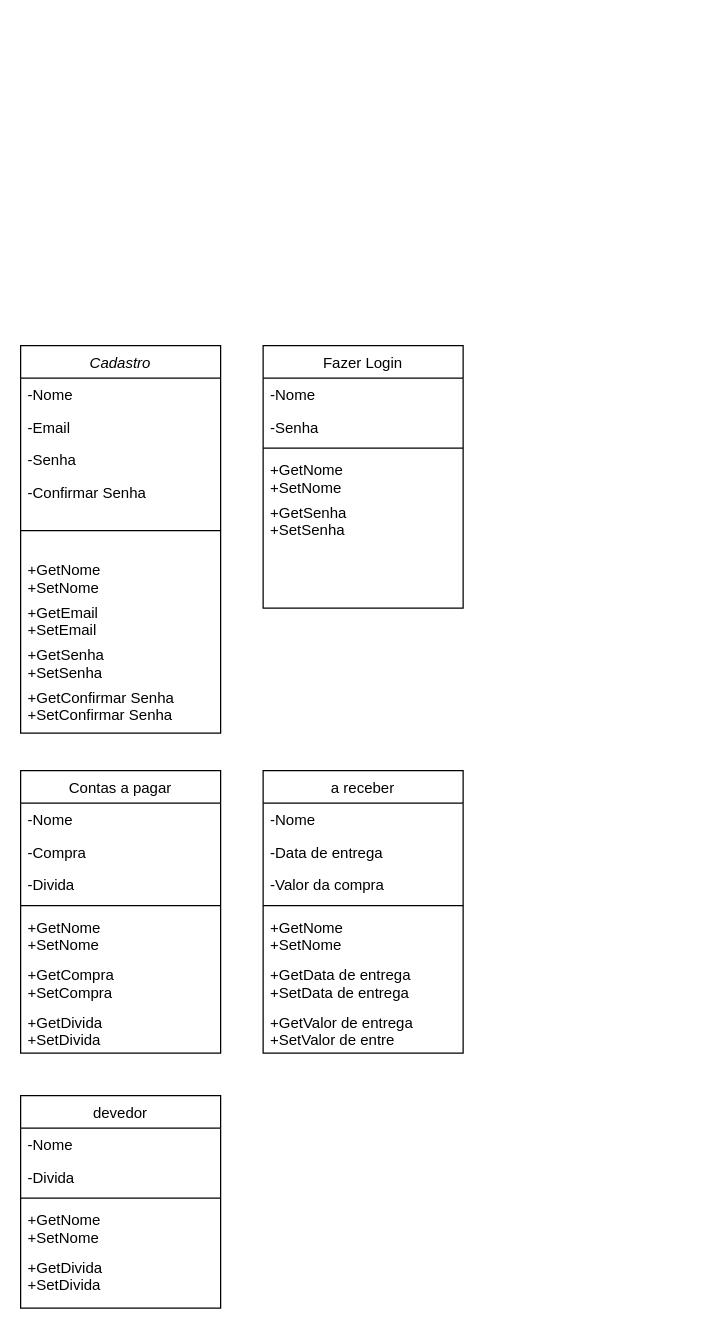
Earlier version of the draw.io diagram Doc/classes.drawio (AmabilyCarvalho/Equipe5). Source tidied: cells renumbered, new cells numbered last; positions are measured from the earlier drawing's top-left corner, leaving out a move shared by most shapes. Both pictures are drawn from the tidied source at 125%, with x=0, y=0 at pixel (20, 345).
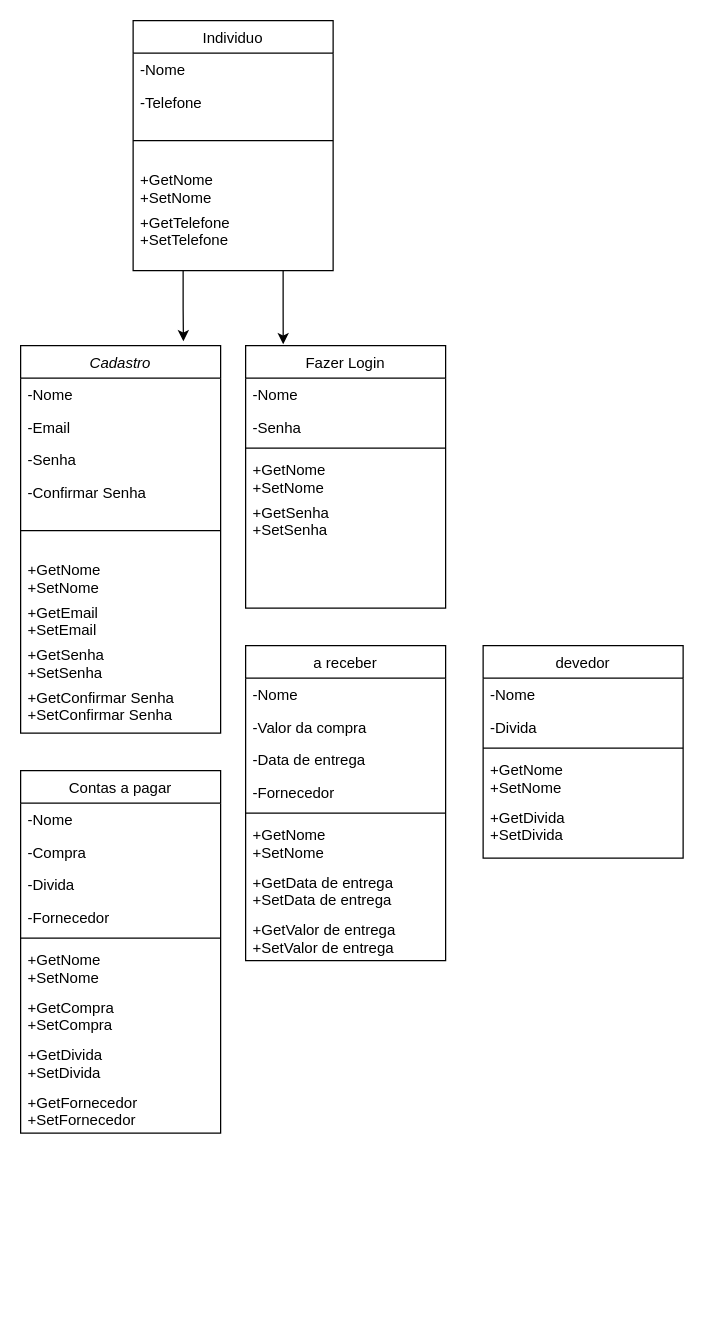
The same page after the edit.

The change refers to these unchanged cells:
```xml
<mxCell id="2" value="Cadastro" style="swimlane;fontStyle=2;align=center;verticalAlign=top;horizontal=1;startSize=26;rounded=0;shadow=0;strokeWidth=1;" parent="1" vertex="1">
  <mxGeometry width="160" height="310" as="geometry" />
</mxCell>
```

The edit, as a diff of the source:
```diff
@@
     <mxCell id="12" value="Contas a pagar" style="swimlane;fontStyle=0;align=center;verticalAlign=top;horizontal=1;startSize=26;rounded=0;shadow=0;strokeWidth=1;" parent="1" vertex="1">
-      <mxGeometry y="340" width="160" height="226" as="geometry" />
+      <mxGeometry y="340" width="160" height="290" as="geometry" />
     </mxCell>
@@
+    <mxCell id="40" value="-Fornecedor" style="text;align=left;verticalAlign=top;spacingLeft=4;spacingRight=4;overflow=hidden;" parent="12" vertex="1">
+      <mxGeometry y="104" width="160" height="26" as="geometry" />
+    </mxCell>
     <mxCell id="16" style="line;html=1;strokeWidth=1;align=left;verticalAlign=middle;spacingTop=-1;spacingLeft=3;spacingRight=3;labelPosition=right;" parent="12" vertex="1">
-      <mxGeometry y="104" width="160" height="8" as="geometry" />
+      <mxGeometry y="130" width="160" height="8" as="geometry" />
     </mxCell>
     <mxCell id="17" value="+GetNome&#10;+SetNome" style="text;align=left;verticalAlign=top;spacingLeft=4;spacingRight=4;overflow=hidden;fontStyle=0;" parent="12" vertex="1">
-      <mxGeometry y="112" width="160" height="38" as="geometry" />
+      <mxGeometry y="138" width="160" height="38" as="geometry" />
     </mxCell>
     <mxCell id="18" value="+GetCompra&#10;+SetCompra" style="text;align=left;verticalAlign=top;spacingLeft=4;spacingRight=4;overflow=hidden;fontStyle=0;" parent="12" vertex="1">
-      <mxGeometry y="150" width="160" height="38" as="geometry" />
+      <mxGeometry y="176" width="160" height="38" as="geometry" />
     </mxCell>
     <mxCell id="19" value="+GetDivida&#10;+SetDivida" style="text;align=left;verticalAlign=top;spacingLeft=4;spacingRight=4;overflow=hidden;fontStyle=0;" parent="12" vertex="1">
-      <mxGeometry y="188" width="160" height="38" as="geometry" />
+      <mxGeometry y="214" width="160" height="38" as="geometry" />
     </mxCell>
+    <mxCell id="41" value="+GetFornecedor&#10;+SetFornecedor" style="text;align=left;verticalAlign=top;spacingLeft=4;spacingRight=4;overflow=hidden;fontStyle=0;" parent="12" vertex="1">
+      <mxGeometry y="252" width="160" height="38" as="geometry" />
+    </mxCell>
     <mxCell id="20" value="Fazer Login" style="swimlane;fontStyle=0;align=center;verticalAlign=top;horizontal=1;startSize=26;rounded=0;shadow=0;strokeWidth=1;" parent="1" vertex="1">
-      <mxGeometry x="194" width="160" height="210" as="geometry" />
+      <mxGeometry x="180" width="160" height="210" as="geometry" />
     </mxCell>
@@
     <mxCell id="26" value="a receber" style="swimlane;fontStyle=0;align=center;verticalAlign=top;horizontal=1;startSize=26;rounded=0;shadow=0;strokeWidth=1;" parent="1" vertex="1">
-      <mxGeometry x="194" y="340" width="160" height="226" as="geometry" />
+      <mxGeometry x="180" y="240" width="160" height="252" as="geometry" />
     </mxCell>
@@
+    <mxCell id="29" value="-Valor da compra" style="text;align=left;verticalAlign=top;spacingLeft=4;spacingRight=4;overflow=hidden;" parent="26" vertex="1">
+      <mxGeometry y="52" width="160" height="26" as="geometry" />
+    </mxCell>
     <mxCell id="28" value="-Data de entrega" style="text;align=left;verticalAlign=top;spacingLeft=4;spacingRight=4;overflow=hidden;rounded=0;shadow=0;html=0;" parent="26" vertex="1">
-      <mxGeometry y="52" width="160" height="26" as="geometry" />
+      <mxGeometry y="78" width="160" height="26" as="geometry" />
     </mxCell>
-    <mxCell id="29" value="-Valor da compra" style="text;align=left;verticalAlign=top;spacingLeft=4;spacingRight=4;overflow=hidden;" parent="26" vertex="1">
-      <mxGeometry y="78" width="160" height="26" as="geometry" />
-    </mxCell>
+    <mxCell id="42" value="-Fornecedor" style="text;align=left;verticalAlign=top;spacingLeft=4;spacingRight=4;overflow=hidden;" parent="26" vertex="1">
+      <mxGeometry y="104" width="160" height="26" as="geometry" />
+    </mxCell>
     <mxCell id="30" style="line;html=1;strokeWidth=1;align=left;verticalAlign=middle;spacingTop=-1;spacingLeft=3;spacingRight=3;labelPosition=right;" parent="26" vertex="1">
-      <mxGeometry y="104" width="160" height="8" as="geometry" />
+      <mxGeometry y="130" width="160" height="8" as="geometry" />
     </mxCell>
     <mxCell id="31" value="+GetNome&#10;+SetNome" style="text;align=left;verticalAlign=top;spacingLeft=4;spacingRight=4;overflow=hidden;fontStyle=0;" parent="26" vertex="1">
-      <mxGeometry y="112" width="160" height="38" as="geometry" />
+      <mxGeometry y="138" width="160" height="38" as="geometry" />
     </mxCell>
     <mxCell id="32" value="+GetData de entrega&#10;+SetData de entrega" style="text;align=left;verticalAlign=top;spacingLeft=4;spacingRight=4;overflow=hidden;fontStyle=0;" parent="26" vertex="1">
-      <mxGeometry y="150" width="160" height="38" as="geometry" />
+      <mxGeometry y="176" width="160" height="38" as="geometry" />
     </mxCell>
-    <mxCell id="33" value="+GetValor de entrega&#10;+SetValor de entre" style="text;align=left;verticalAlign=top;spacingLeft=4;spacingRight=4;overflow=hidden;fontStyle=0;" parent="26" vertex="1">
-      <mxGeometry y="188" width="160" height="38" as="geometry" />
+    <mxCell id="33" value="+GetValor de entrega&#10;+SetValor de entrega" style="text;align=left;verticalAlign=top;spacingLeft=4;spacingRight=4;overflow=hidden;fontStyle=0;" parent="26" vertex="1">
+      <mxGeometry y="214" width="160" height="38" as="geometry" />
     </mxCell>
     <mxCell id="34" value="devedor" style="swimlane;fontStyle=0;align=center;verticalAlign=top;horizontal=1;startSize=26;rounded=0;shadow=0;strokeWidth=1;" parent="1" vertex="1">
-      <mxGeometry y="600" width="160" height="170" as="geometry" />
+      <mxGeometry x="370" y="240" width="160" height="170" as="geometry" />
     </mxCell>
@@
+    <mxCell id="43" value="Individuo" style="swimlane;fontStyle=0;align=center;verticalAlign=top;horizontal=1;startSize=26;rounded=0;shadow=0;strokeWidth=1;" parent="1" vertex="1">
+      <mxGeometry x="90" y="-260" width="160" height="200" as="geometry" />
+    </mxCell>
+    <mxCell id="44" value="-Nome" style="text;align=left;verticalAlign=top;spacingLeft=4;spacingRight=4;overflow=hidden;rounded=0;shadow=0;html=0;" parent="43" vertex="1">
+      <mxGeometry y="26" width="160" height="26" as="geometry" />
+    </mxCell>
+    <mxCell id="45" value="-Telefone" style="text;align=left;verticalAlign=top;spacingLeft=4;spacingRight=4;overflow=hidden;rounded=0;shadow=0;html=0;" parent="43" vertex="1">
+      <mxGeometry y="52" width="160" height="26" as="geometry" />
+    </mxCell>
+    <mxCell id="46" style="line;html=1;strokeWidth=1;align=left;verticalAlign=middle;spacingTop=-1;spacingLeft=3;spacingRight=3;labelPosition=right;" parent="43" vertex="1">
+      <mxGeometry y="78" width="160" height="36" as="geometry" />
+    </mxCell>
+    <mxCell id="47" value="+GetNome&#10;+SetNome" style="text;align=left;verticalAlign=top;spacingLeft=4;spacingRight=4;overflow=hidden;" parent="43" vertex="1">
+      <mxGeometry y="114" width="160" height="34" as="geometry" />
+    </mxCell>
+    <mxCell id="48" value="+GetTelefone&#10;+SetTelefone" style="text;align=left;verticalAlign=top;spacingLeft=4;spacingRight=4;overflow=hidden;" parent="43" vertex="1">
+      <mxGeometry y="148" width="160" height="34" as="geometry" />
+    </mxCell>
+    <mxCell id="49" style="edgeStyle=orthogonalEdgeStyle;rounded=0;jettySize=auto;html=1;exitX=0.25;exitY=1;exitDx=0;exitDy=0;entryX=0.814;entryY=-0.011;entryDx=0;entryDy=0;entryPerimeter=0;" parent="1" edge="1" source="43" target="2">
+      <mxGeometry relative="1" as="geometry" />
+    </mxCell>
+    <mxCell id="50" style="edgeStyle=orthogonalEdgeStyle;rounded=0;jettySize=auto;html=1;exitX=0.75;exitY=1;exitDx=0;exitDy=0;entryX=0.188;entryY=-0.005;entryDx=0;entryDy=0;entryPerimeter=0;" parent="1" edge="1" source="43" target="20">
+      <mxGeometry relative="1" as="geometry" />
+    </mxCell>
```
